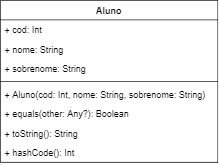
Above: UML.png in btmluiz/digitalhouse-desafio-kotlin (draw.io), before the change. Source tidied: cells renumbered, new cells last; positions are measured from the earlier drawing's top-left corner, leaving out a move shared by most shapes.
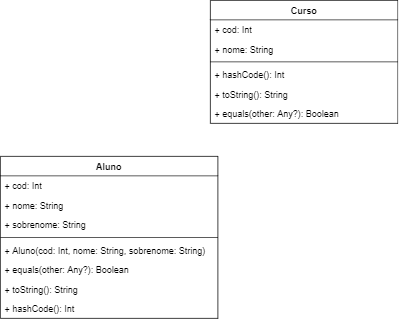
The same diagram one commit later.

Change to the diagram source:
```diff
@@ -29,5 +29,26 @@
     <mxCell id="10" value="+ hashCode(): Int" style="text;strokeColor=none;fillColor=none;align=left;verticalAlign=top;spacingLeft=4;spacingRight=4;overflow=hidden;" parent="2" vertex="1">
       <mxGeometry y="190" width="290" height="26" as="geometry" />
     </mxCell>
+    <mxCell id="11" value="Curso" style="swimlane;fontStyle=1;align=center;verticalAlign=top;horizontal=1;startSize=26;" parent="1" vertex="1">
+      <mxGeometry x="280" y="-208" width="250" height="164" as="geometry" />
+    </mxCell>
+    <mxCell id="12" value="+ cod: Int" style="text;strokeColor=none;fillColor=none;align=left;verticalAlign=top;spacingLeft=4;spacingRight=4;overflow=hidden;" parent="11" vertex="1">
+      <mxGeometry y="26" width="250" height="26" as="geometry" />
+    </mxCell>
+    <mxCell id="13" value="+ nome: String" style="text;strokeColor=none;fillColor=none;align=left;verticalAlign=top;spacingLeft=4;spacingRight=4;overflow=hidden;" parent="11" vertex="1">
+      <mxGeometry y="52" width="250" height="26" as="geometry" />
+    </mxCell>
+    <mxCell id="14" style="line;strokeWidth=1;fillColor=none;align=left;verticalAlign=middle;spacingTop=-1;spacingLeft=3;spacingRight=3;labelPosition=right;" parent="11" vertex="1">
+      <mxGeometry y="78" width="250" height="8" as="geometry" />
+    </mxCell>
+    <mxCell id="15" value="+ hashCode(): Int" style="text;strokeColor=none;fillColor=none;align=left;verticalAlign=top;spacingLeft=4;spacingRight=4;overflow=hidden;" parent="11" vertex="1">
+      <mxGeometry y="86" width="250" height="26" as="geometry" />
+    </mxCell>
+    <mxCell id="16" value="+ toString(): String" style="text;strokeColor=none;fillColor=none;align=left;verticalAlign=top;spacingLeft=4;spacingRight=4;overflow=hidden;" parent="11" vertex="1">
+      <mxGeometry y="112" width="250" height="26" as="geometry" />
+    </mxCell>
+    <mxCell id="17" value="+ equals(other: Any?): Boolean" style="text;strokeColor=none;fillColor=none;align=left;verticalAlign=top;spacingLeft=4;spacingRight=4;overflow=hidden;" parent="11" vertex="1">
+      <mxGeometry y="138" width="250" height="26" as="geometry" />
+    </mxCell>
   </root>
 </mxGraphModel>
```
